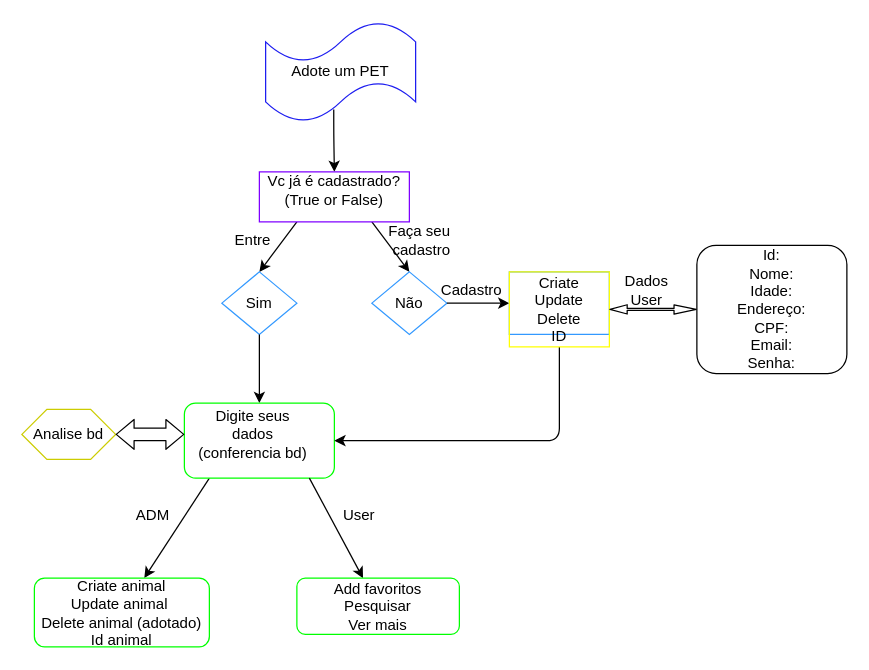
Above: fluxograma.drawio in LucasSSDK/cadastro-news (draw.io), before the change. Source tidied: cells renumbered, new cells numbered last; positions are measured from the earlier drawing's top-left corner, leaving out a move shared by most shapes. Both pictures are drawn from the tidied source at 125%, with x=0, y=0 at pixel (21, 21).
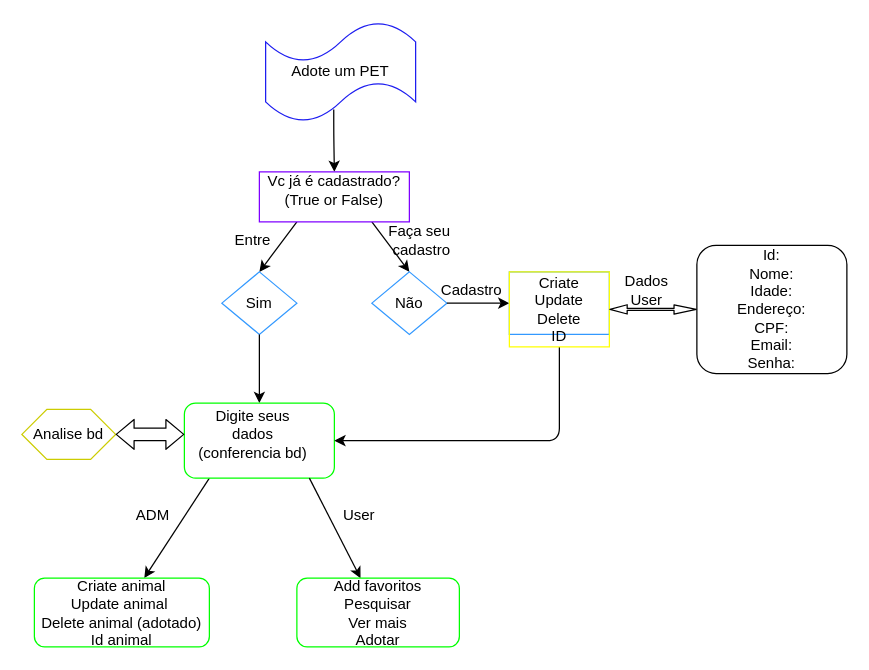
The same diagram, later.

Diff of the diagram source:
```diff
@@
-    <mxCell id="28" value="Add favoritos&lt;br&gt;Pesquisar&lt;br&gt;Ver mais" style="rounded=1;whiteSpace=wrap;html=1;strokeColor=#00FF00;" parent="1" vertex="1">
-      <mxGeometry x="220" y="445" width="130" height="45" as="geometry" />
+    <mxCell id="28" value="Add favoritos&lt;br&gt;Pesquisar&lt;br&gt;Ver mais&lt;br&gt;Adotar" style="rounded=1;whiteSpace=wrap;html=1;strokeColor=#00FF00;" parent="1" vertex="1">
+      <mxGeometry x="220" y="445" width="130" height="55" as="geometry" />
     </mxCell>
```
